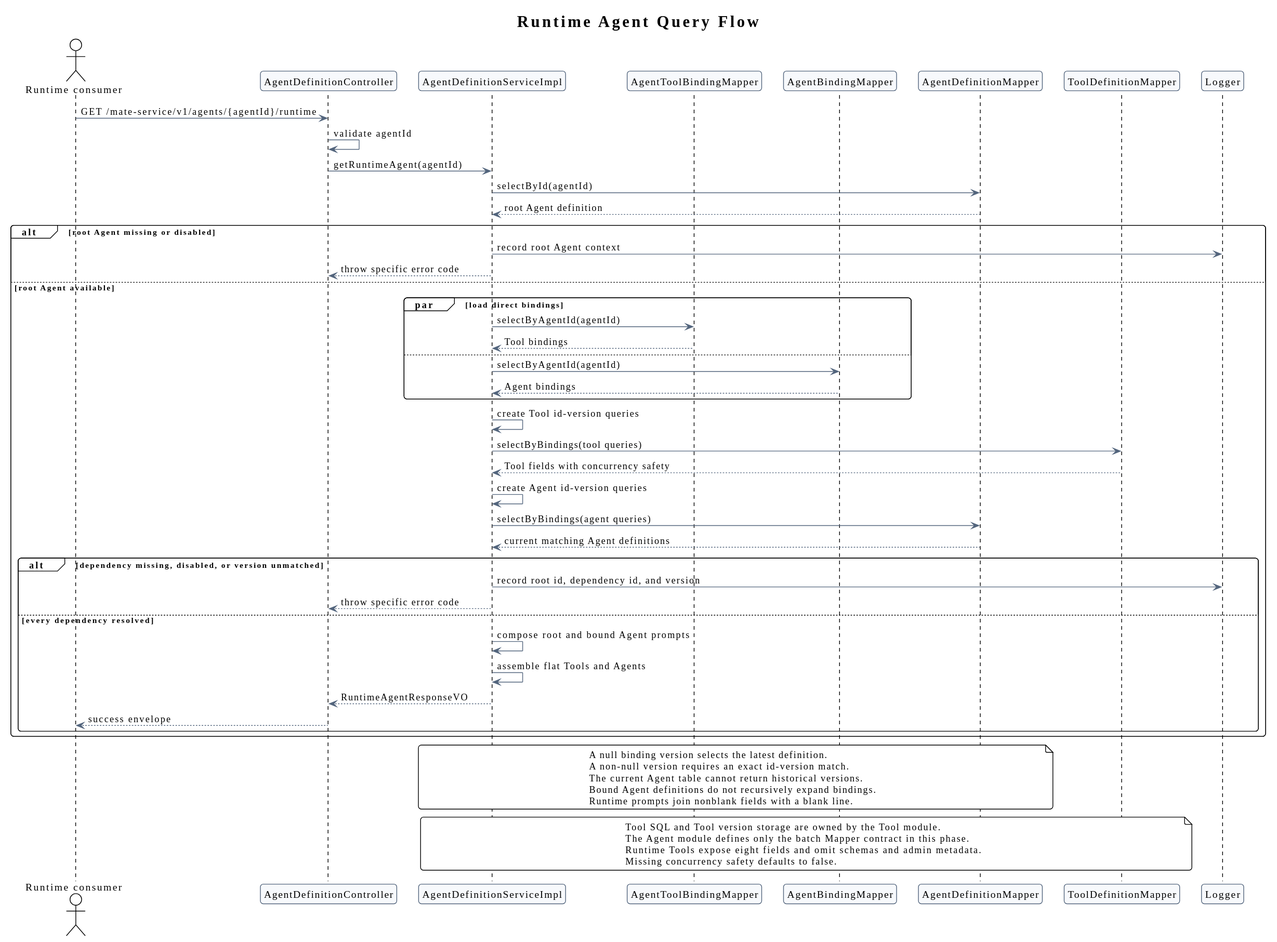
Earlier version of the PlantUML export agent-metadata-gaussdb-design/runtime_agent_query_flow.svg (ssm0808/pi-mono-java-design).
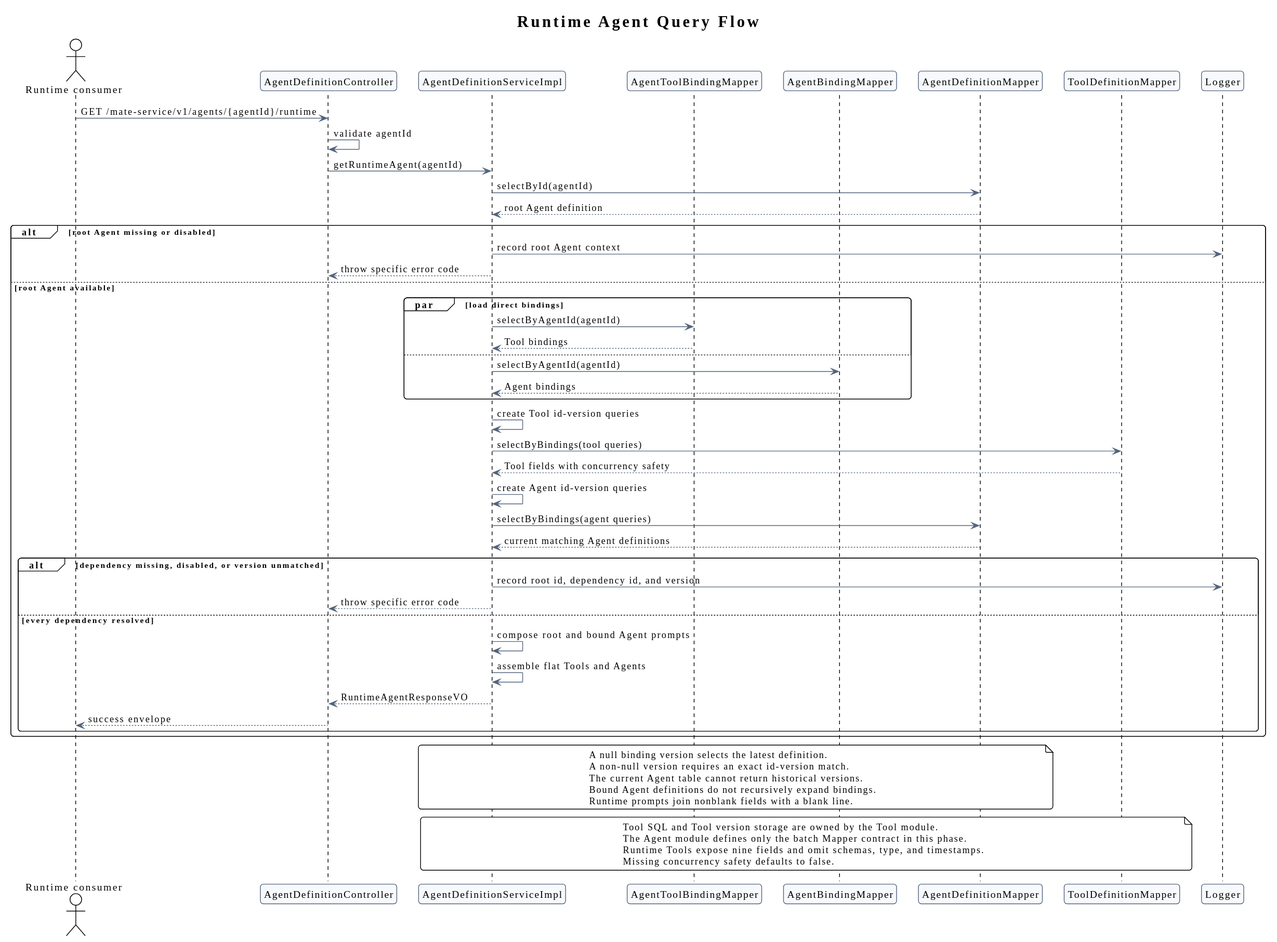
After the change.

Commit message:
docs(agent): expose runtime tool status

Change to the diagram source:
```diff
@@ -67,7 +67,7 @@
 note over Service,ToolMapper
   Tool SQL and Tool version storage are owned by the Tool module.
   The Agent module defines only the batch Mapper contract in this phase.
-  Runtime Tools expose eight fields and omit schemas and admin metadata.
+  Runtime Tools expose nine fields and omit schemas, type, and timestamps.
   Missing concurrency safety defaults to false.
 end note
 @enduml
```
